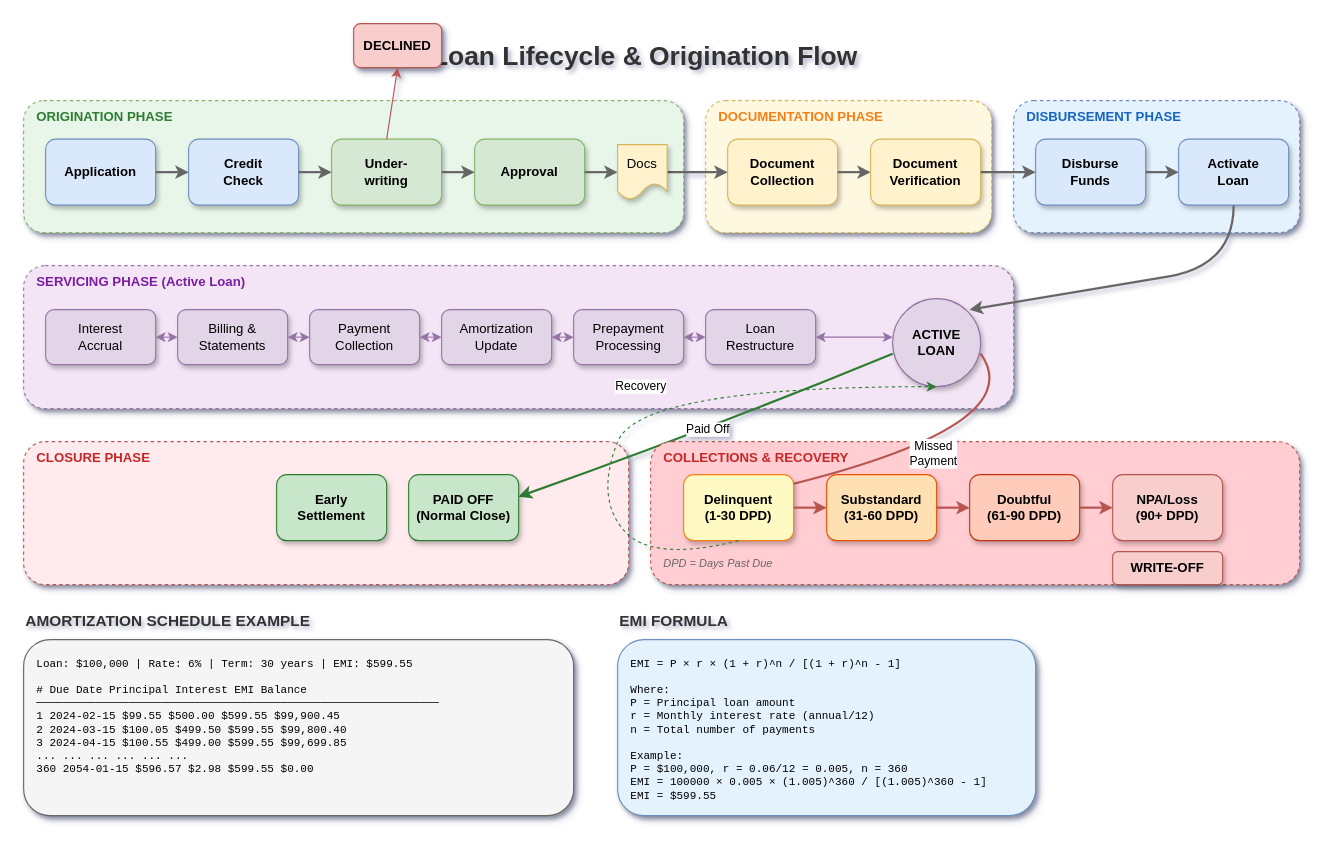
Before: lesson-06-loans-and-credit/06.0-loan-lifecycle.drawio in MrParkerZ7/document-lesson-core-banking-business-system-technology-x-claude, a draw.io diagram. Source tidied: cells renumbered, new cells numbered last; positions are measured from the earlier drawing's top-left corner, leaving out a move shared by most shapes. Both pictures are drawn from the tidied source at 110%, with x=0, y=0 at pixel (23, 23).
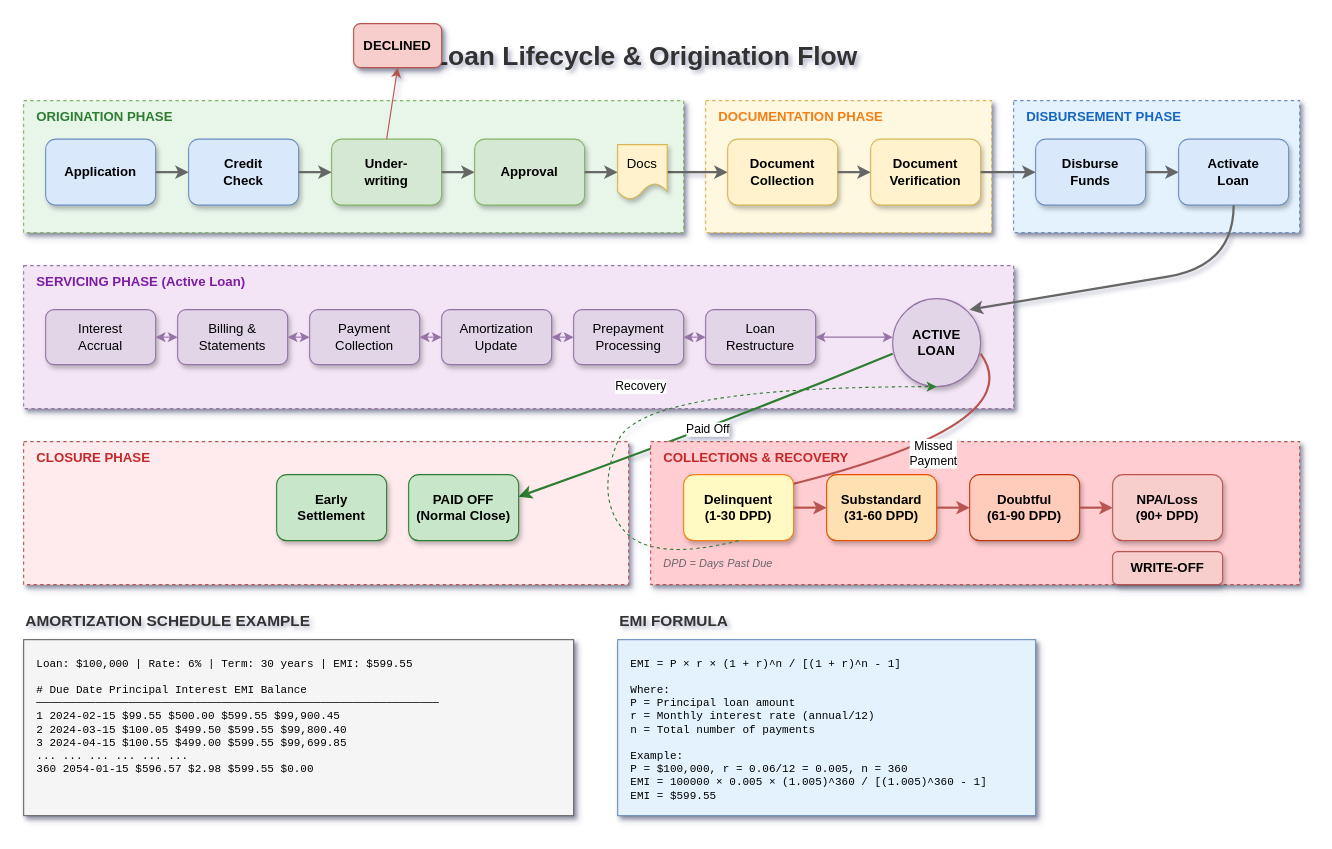
After the change.

Change to the diagram source:
```diff
@@
-    <mxCell id="3" style="rounded=1;whiteSpace=wrap;html=1;fillColor=#e8f5e9;strokeColor=#82b366;shadow=1;dashed=1;" parent="1" vertex="1">
+    <mxCell id="3" style="rounded=0;whiteSpace=wrap;html=1;fillColor=#e8f5e9;strokeColor=#82b366;shadow=1;dashed=1;" parent="1" vertex="1">
       <mxGeometry y="70" width="600" height="120" as="geometry" />
     </mxCell>
@@
-    <mxCell id="14" style="rounded=1;whiteSpace=wrap;html=1;fillColor=#fff8e1;strokeColor=#d6b656;shadow=1;dashed=1;" parent="1" vertex="1">
+    <mxCell id="14" style="rounded=0;whiteSpace=wrap;html=1;fillColor=#fff8e1;strokeColor=#d6b656;shadow=1;dashed=1;" parent="1" vertex="1">
       <mxGeometry x="620" y="70" width="260" height="120" as="geometry" />
     </mxCell>
@@
-    <mxCell id="22" style="rounded=1;whiteSpace=wrap;html=1;fillColor=#e3f2fd;strokeColor=#6c8ebf;shadow=1;dashed=1;" parent="1" vertex="1">
+    <mxCell id="22" style="rounded=0;whiteSpace=wrap;html=1;fillColor=#e3f2fd;strokeColor=#6c8ebf;shadow=1;dashed=1;" parent="1" vertex="1">
       <mxGeometry x="900" y="70" width="260" height="120" as="geometry" />
     </mxCell>
@@
-    <mxCell id="28" style="rounded=1;whiteSpace=wrap;html=1;fillColor=#f3e5f5;strokeColor=#9673a6;shadow=1;dashed=1;" parent="1" vertex="1">
+    <mxCell id="28" style="rounded=0;whiteSpace=wrap;html=1;fillColor=#f3e5f5;strokeColor=#9673a6;shadow=1;dashed=1;" parent="1" vertex="1">
       <mxGeometry y="220" width="900" height="130" as="geometry" />
     </mxCell>
@@
-    <mxCell id="44" style="rounded=1;whiteSpace=wrap;html=1;fillColor=#ffebee;strokeColor=#b85450;shadow=1;dashed=1;" parent="1" vertex="1">
+    <mxCell id="44" style="rounded=0;whiteSpace=wrap;html=1;fillColor=#ffebee;strokeColor=#b85450;shadow=1;dashed=1;" parent="1" vertex="1">
       <mxGeometry y="380" width="550" height="130" as="geometry" />
     </mxCell>
@@
-    <mxCell id="49" style="rounded=1;whiteSpace=wrap;html=1;fillColor=#ffcdd2;strokeColor=#b85450;shadow=1;dashed=1;" parent="1" vertex="1">
+    <mxCell id="49" style="rounded=0;whiteSpace=wrap;html=1;fillColor=#ffcdd2;strokeColor=#b85450;shadow=1;dashed=1;" parent="1" vertex="1">
       <mxGeometry x="570" y="380" width="590" height="130" as="geometry" />
     </mxCell>
@@
-    <mxCell id="63" style="rounded=1;whiteSpace=wrap;html=1;fillColor=#f5f5f5;strokeColor=#666666;shadow=1;" parent="1" vertex="1">
+    <mxCell id="63" style="rounded=0;whiteSpace=wrap;html=1;fillColor=#f5f5f5;strokeColor=#666666;shadow=1;" parent="1" vertex="1">
       <mxGeometry y="560" width="500" height="160" as="geometry" />
     </mxCell>
@@
-    <mxCell id="66" style="rounded=1;whiteSpace=wrap;html=1;fillColor=#e3f2fd;strokeColor=#6c8ebf;shadow=1;" parent="1" vertex="1">
+    <mxCell id="66" style="rounded=0;whiteSpace=wrap;html=1;fillColor=#e3f2fd;strokeColor=#6c8ebf;shadow=1;" parent="1" vertex="1">
       <mxGeometry x="540" y="560" width="380" height="160" as="geometry" />
     </mxCell>
```
